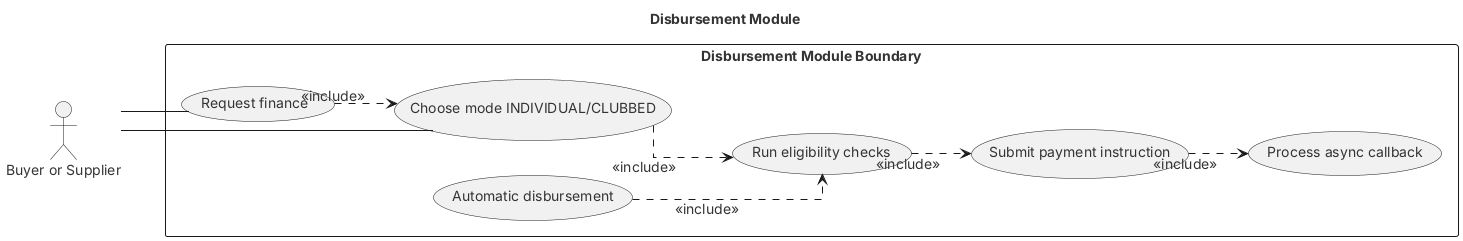
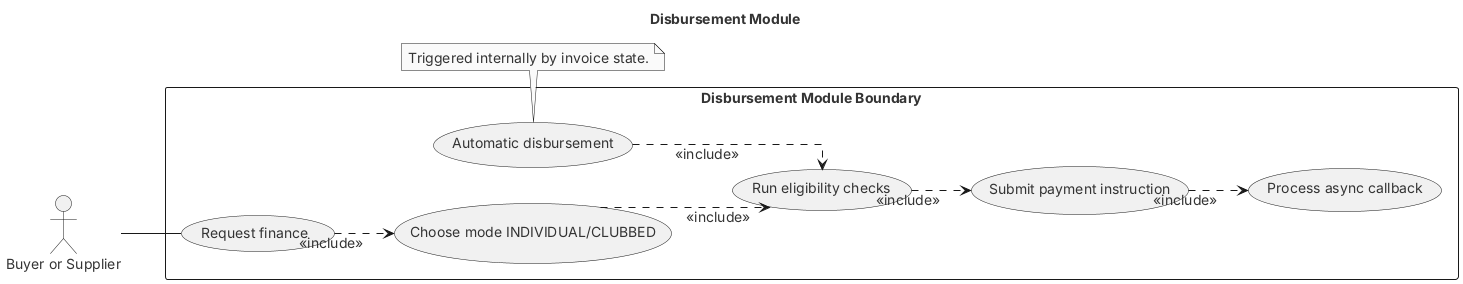
@startuml
<style>
root {
  FontName Inter, Roboto, Helvetica, sans-serif
  FontSize 14
  FontColor #333333
}
document {
  BackgroundColor white
}
</style>
skinparam shadowing false
skinparam linetype ortho
skinparam monochrome true
title Disbursement Module

left to right direction
actor "Buyer or Supplier" as A1
rectangle "Disbursement Module Boundary" {
  usecase "Request finance" as UC1
  usecase "Choose mode INDIVIDUAL/CLUBBED" as UC2
  usecase "Automatic disbursement" as UC3
  usecase "Run eligibility checks" as UC4
  usecase "Submit payment instruction" as UC5
  usecase "Process async callback" as UC6
}
A1 -- UC1
- A1 -- UC2
UC1 ..> UC2 : <<include>>
UC2 ..> UC4 : <<include>>
UC3 ..> UC4 : <<include>>
UC4 ..> UC5 : <<include>>
UC5 ..> UC6 : <<include>>
+ note bottom of UC3
+   Triggered internally by invoice state.
+ end note

@enduml
